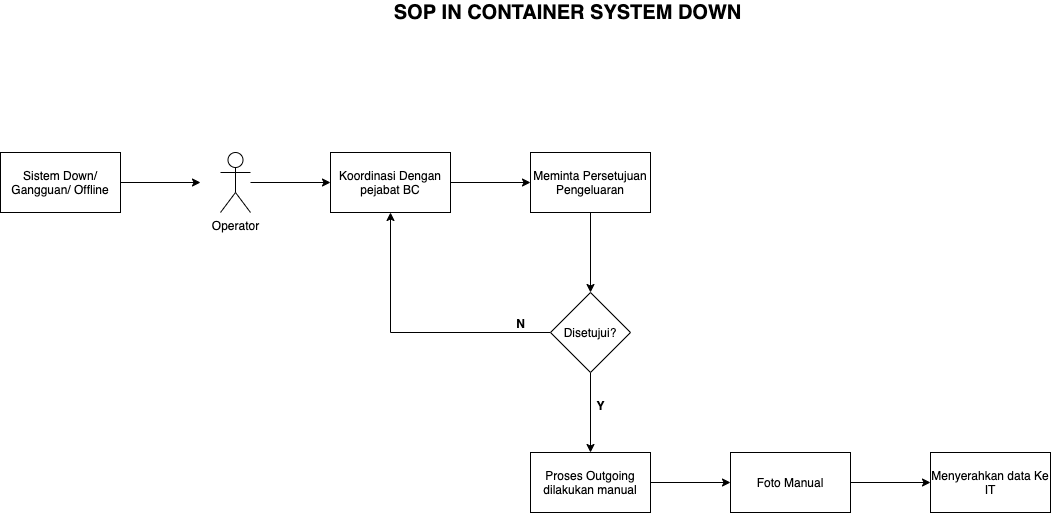
This is img/sopdownout.png from sftmm/User-Manual, a draw.io export, as it was before one commit. Source tidied: cells renumbered, new cells last; positions are measured from the earlier drawing's top-left corner, leaving out a move shared by most shapes.
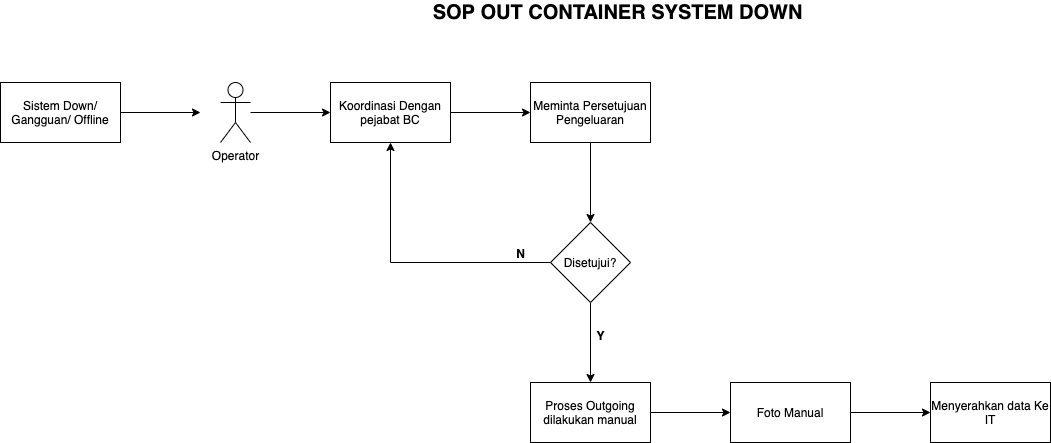
Later version of the same file.

The edit, as a diff of the source:
```diff
@@ -67,8 +67,8 @@
     <mxCell id="20" value="&lt;b&gt;Y&lt;/b&gt;" style="text;html=1;align=center;verticalAlign=middle;" parent="1" vertex="1">
       <mxGeometry x="590" y="393" width="20" height="20" as="geometry" />
     </mxCell>
-    <mxCell id="21" value="&lt;b&gt;&lt;font style=&quot;font-size: 20px&quot;&gt;SOP IN CONTAINER SYSTEM DOWN&lt;/font&gt;&lt;/b&gt;" style="text;html=1;strokeColor=none;fillColor=none;align=center;verticalAlign=middle;whiteSpace=wrap;rounded=0;" parent="1" vertex="1">
-      <mxGeometry x="370" width="395" height="20" as="geometry" />
+    <mxCell id="21" value="&lt;b&gt;&lt;font style=&quot;font-size: 20px&quot;&gt;SOP OUT CONTAINER SYSTEM DOWN&lt;/font&gt;&lt;/b&gt;" style="text;html=1;strokeColor=none;fillColor=none;align=center;verticalAlign=middle;whiteSpace=wrap;rounded=0;" parent="1" vertex="1">
+      <mxGeometry x="420" y="70" width="395" height="20" as="geometry" />
     </mxCell>
   </root>
 </mxGraphModel>
```
